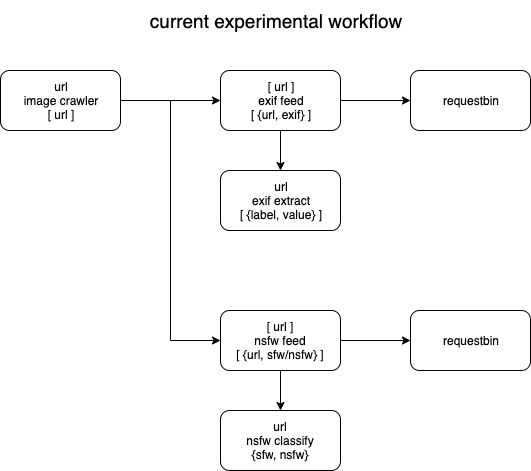
Above: gezellig.png in servernull/gezellig (draw.io), before the change. Source tidied: cells renumbered, new cells last; positions are measured from the earlier drawing's top-left corner, leaving out a move shared by most shapes.
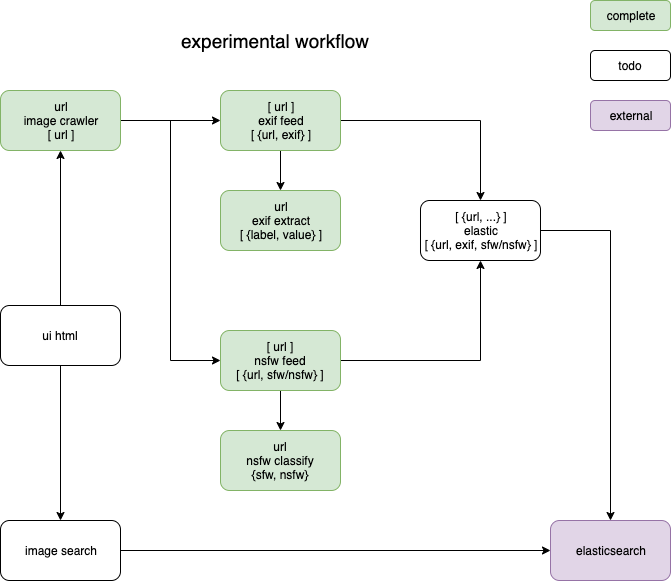
Later version of the same file.

The edit, as a diff of the source:
```diff
@@ -2,7 +2,7 @@
   <root>
     <mxCell id="0" />
     <mxCell id="1" parent="0" />
-    <mxCell id="2" value="url&lt;br&gt;exif extract&lt;br&gt;[ {label, value} ]" style="rounded=1;whiteSpace=wrap;html=1;" parent="1" vertex="1">
+    <mxCell id="2" value="url&lt;br&gt;exif extract&lt;br&gt;[ {label, value} ]" style="rounded=1;whiteSpace=wrap;html=1;fillColor=#d5e8d4;strokeColor=#82b366;" parent="1" vertex="1">
       <mxGeometry x="220" y="170" width="120" height="60" as="geometry" />
     </mxCell>
     <mxCell id="3" style="edgeStyle=orthogonalEdgeStyle;rounded=0;jettySize=auto;html=1;" parent="1" edge="1" source="5" target="12">
@@ -11,7 +11,7 @@
     <mxCell id="4" style="edgeStyle=orthogonalEdgeStyle;rounded=0;jettySize=auto;html=1;" parent="1" edge="1" source="5" target="13">
       <mxGeometry relative="1" as="geometry" />
     </mxCell>
-    <mxCell id="5" value="[ url ]&lt;br&gt;nsfw feed&lt;br&gt;[ {url, sfw/nsfw} ]" style="rounded=1;whiteSpace=wrap;html=1;" parent="1" vertex="1">
+    <mxCell id="5" value="[ url ]&lt;br&gt;nsfw feed&lt;br&gt;[ {url, sfw/nsfw} ]" style="rounded=1;whiteSpace=wrap;html=1;fillColor=#d5e8d4;strokeColor=#82b366;" parent="1" vertex="1">
       <mxGeometry x="220" y="310" width="120" height="60" as="geometry" />
     </mxCell>
     <mxCell id="6" style="edgeStyle=orthogonalEdgeStyle;rounded=0;jettySize=auto;html=1;" parent="1" edge="1" source="8" target="11">
@@ -20,29 +20,56 @@
     <mxCell id="7" style="edgeStyle=orthogonalEdgeStyle;rounded=0;jettySize=auto;html=1;entryX=0;entryY=0.5;entryDx=0;entryDy=0;" parent="1" edge="1" source="8" target="5">
       <mxGeometry relative="1" as="geometry" />
     </mxCell>
-    <mxCell id="8" value="url&lt;br&gt;image crawler&lt;br&gt;[ url ]" style="rounded=1;whiteSpace=wrap;html=1;" parent="1" vertex="1">
+    <mxCell id="8" value="url&lt;br&gt;image crawler&lt;br&gt;[ url ]" style="rounded=1;whiteSpace=wrap;html=1;fillColor=#d5e8d4;strokeColor=#82b366;" parent="1" vertex="1">
       <mxGeometry y="70" width="120" height="60" as="geometry" />
     </mxCell>
     <mxCell id="9" style="edgeStyle=orthogonalEdgeStyle;rounded=0;jettySize=auto;html=1;entryX=0.5;entryY=0;entryDx=0;entryDy=0;" parent="1" edge="1" source="11" target="2">
       <mxGeometry relative="1" as="geometry" />
     </mxCell>
-    <mxCell id="10" style="edgeStyle=orthogonalEdgeStyle;rounded=0;jettySize=auto;html=1;" parent="1" edge="1" source="11" target="15">
+    <mxCell id="10" style="edgeStyle=orthogonalEdgeStyle;rounded=0;jettySize=auto;html=1;entryX=0.5;entryY=0;entryDx=0;entryDy=0;" parent="1" edge="1" source="11" target="13">
       <mxGeometry relative="1" as="geometry" />
     </mxCell>
-    <mxCell id="11" value="[ url ]&lt;br&gt;exif feed&lt;br&gt;[ {url, exif} ]" style="rounded=1;whiteSpace=wrap;html=1;" parent="1" vertex="1">
+    <mxCell id="11" value="[ url ]&lt;br&gt;exif feed&lt;br&gt;[ {url, exif} ]" style="rounded=1;whiteSpace=wrap;html=1;fillColor=#d5e8d4;strokeColor=#82b366;" parent="1" vertex="1">
       <mxGeometry x="220" y="70" width="120" height="60" as="geometry" />
     </mxCell>
-    <mxCell id="12" value="url&lt;br&gt;nsfw classify&lt;br&gt;{sfw, nsfw}" style="rounded=1;whiteSpace=wrap;html=1;" parent="1" vertex="1">
+    <mxCell id="12" value="url&lt;br&gt;nsfw classify&lt;br&gt;{sfw, nsfw}" style="rounded=1;whiteSpace=wrap;html=1;fillColor=#d5e8d4;strokeColor=#82b366;" parent="1" vertex="1">
       <mxGeometry x="220" y="410" width="120" height="60" as="geometry" />
     </mxCell>
+    <mxCell id="16" style="edgeStyle=orthogonalEdgeStyle;rounded=0;jettySize=auto;html=1;" parent="1" edge="1" source="13" target="17">
+      <mxGeometry relative="1" as="geometry" />
+    </mxCell>
-    <mxCell id="13" value="requestbin" style="rounded=1;whiteSpace=wrap;html=1;" parent="1" vertex="1">
-      <mxGeometry x="410" y="310" width="120" height="60" as="geometry" />
+    <mxCell id="13" value="[ {url, ...} ]&lt;br&gt;elastic&lt;br&gt;[ {url, exif, sfw/nsfw} ]" style="rounded=1;whiteSpace=wrap;html=1;" parent="1" vertex="1">
+      <mxGeometry x="420" y="180" width="120" height="60" as="geometry" />
     </mxCell>
-    <mxCell id="14" value="&lt;font style=&quot;font-size: 19px&quot;&gt;current experimental workflow&lt;/font&gt;" style="text;html=1;strokeColor=none;fillColor=none;align=center;verticalAlign=middle;whiteSpace=wrap;rounded=0;" parent="1" vertex="1">
+    <mxCell id="14" value="&lt;font style=&quot;font-size: 19px&quot;&gt;experimental workflow&lt;/font&gt;" style="text;html=1;strokeColor=none;fillColor=none;align=center;verticalAlign=middle;whiteSpace=wrap;rounded=0;" parent="1" vertex="1">
       <mxGeometry x="50" width="450" height="40" as="geometry" />
     </mxCell>
-    <mxCell id="15" value="requestbin" style="rounded=1;whiteSpace=wrap;html=1;" parent="1" vertex="1">
-      <mxGeometry x="410" y="70" width="120" height="60" as="geometry" />
-    </mxCell>
+    <mxCell id="17" value="elasticsearch" style="rounded=1;whiteSpace=wrap;html=1;fillColor=#e1d5e7;strokeColor=#9673a6;" parent="1" vertex="1">
+      <mxGeometry x="550" y="500" width="120" height="60" as="geometry" />
+    </mxCell>
+    <mxCell id="18" style="edgeStyle=orthogonalEdgeStyle;rounded=0;jettySize=auto;html=1;entryX=0;entryY=0.5;entryDx=0;entryDy=0;" parent="1" edge="1" source="19" target="17">
+      <mxGeometry relative="1" as="geometry" />
+    </mxCell>
+    <mxCell id="19" value="image search" style="rounded=1;whiteSpace=wrap;html=1;" parent="1" vertex="1">
+      <mxGeometry y="500" width="120" height="60" as="geometry" />
+    </mxCell>
+    <mxCell id="20" style="edgeStyle=orthogonalEdgeStyle;rounded=0;jettySize=auto;html=1;entryX=0.5;entryY=0;entryDx=0;entryDy=0;" parent="1" edge="1" source="22" target="19">
+      <mxGeometry relative="1" as="geometry" />
+    </mxCell>
+    <mxCell id="21" style="edgeStyle=orthogonalEdgeStyle;rounded=0;jettySize=auto;html=1;entryX=0.5;entryY=1;entryDx=0;entryDy=0;" parent="1" edge="1" source="22" target="8">
+      <mxGeometry relative="1" as="geometry" />
+    </mxCell>
+    <mxCell id="22" value="ui html" style="rounded=1;whiteSpace=wrap;html=1;" parent="1" vertex="1">
+      <mxGeometry y="285" width="120" height="60" as="geometry" />
+    </mxCell>
+    <mxCell id="23" value="complete" style="rounded=1;whiteSpace=wrap;html=1;fillColor=#d5e8d4;strokeColor=#82b366;" parent="1" vertex="1">
+      <mxGeometry x="590" y="-20" width="80" height="30" as="geometry" />
+    </mxCell>
+    <mxCell id="24" value="todo" style="rounded=1;whiteSpace=wrap;html=1;" parent="1" vertex="1">
+      <mxGeometry x="590" y="30" width="80" height="30" as="geometry" />
+    </mxCell>
+    <mxCell id="25" value="external" style="rounded=1;whiteSpace=wrap;html=1;fillColor=#e1d5e7;strokeColor=#9673a6;" parent="1" vertex="1">
+      <mxGeometry x="590" y="80" width="80" height="30" as="geometry" />
+    </mxCell>
   </root>
 </mxGraphModel>
```
